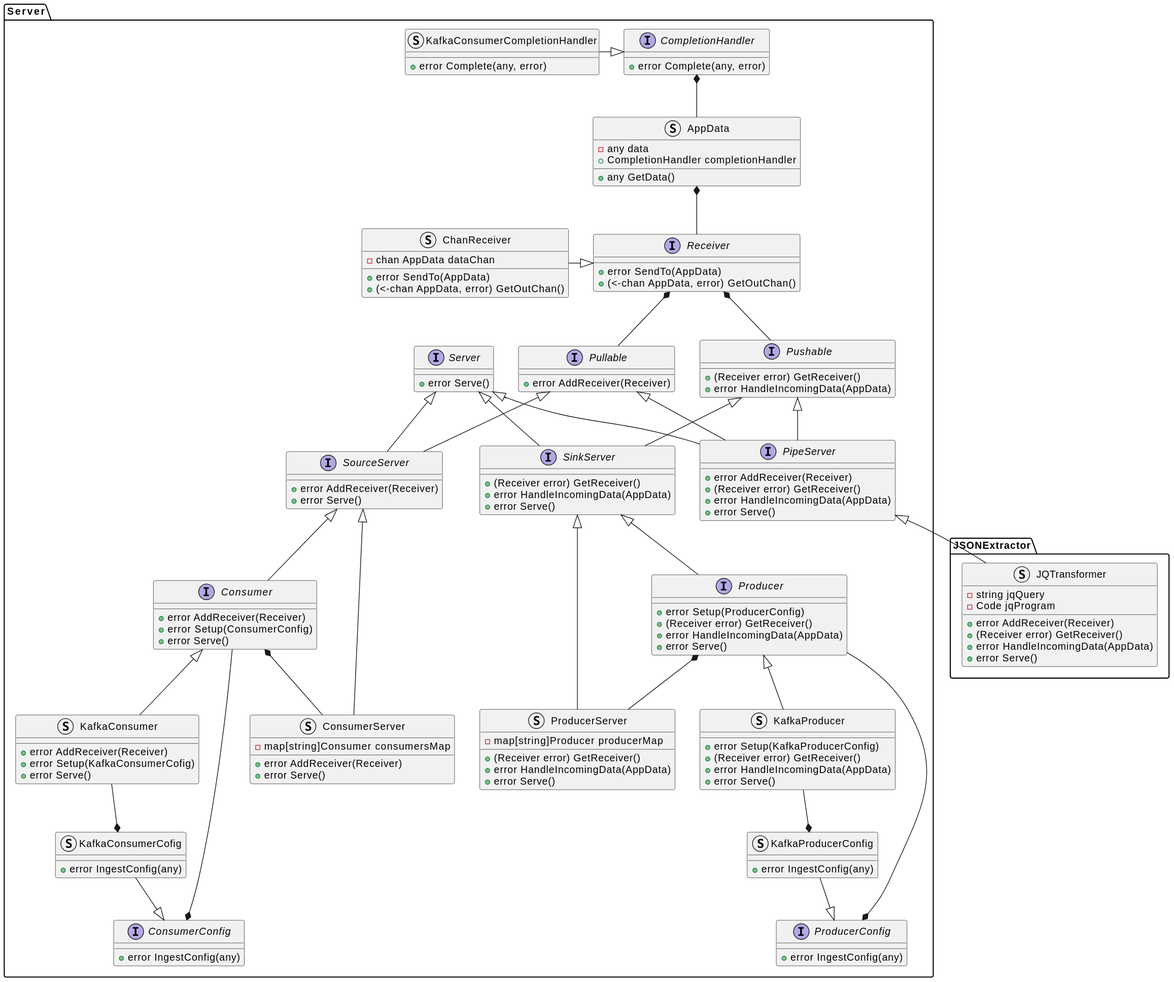
The PlantUML diagram docs/design_notes/DN1_JSON_Extractor/class_diagram.svg in xtuml/otel2pv, before a commit.
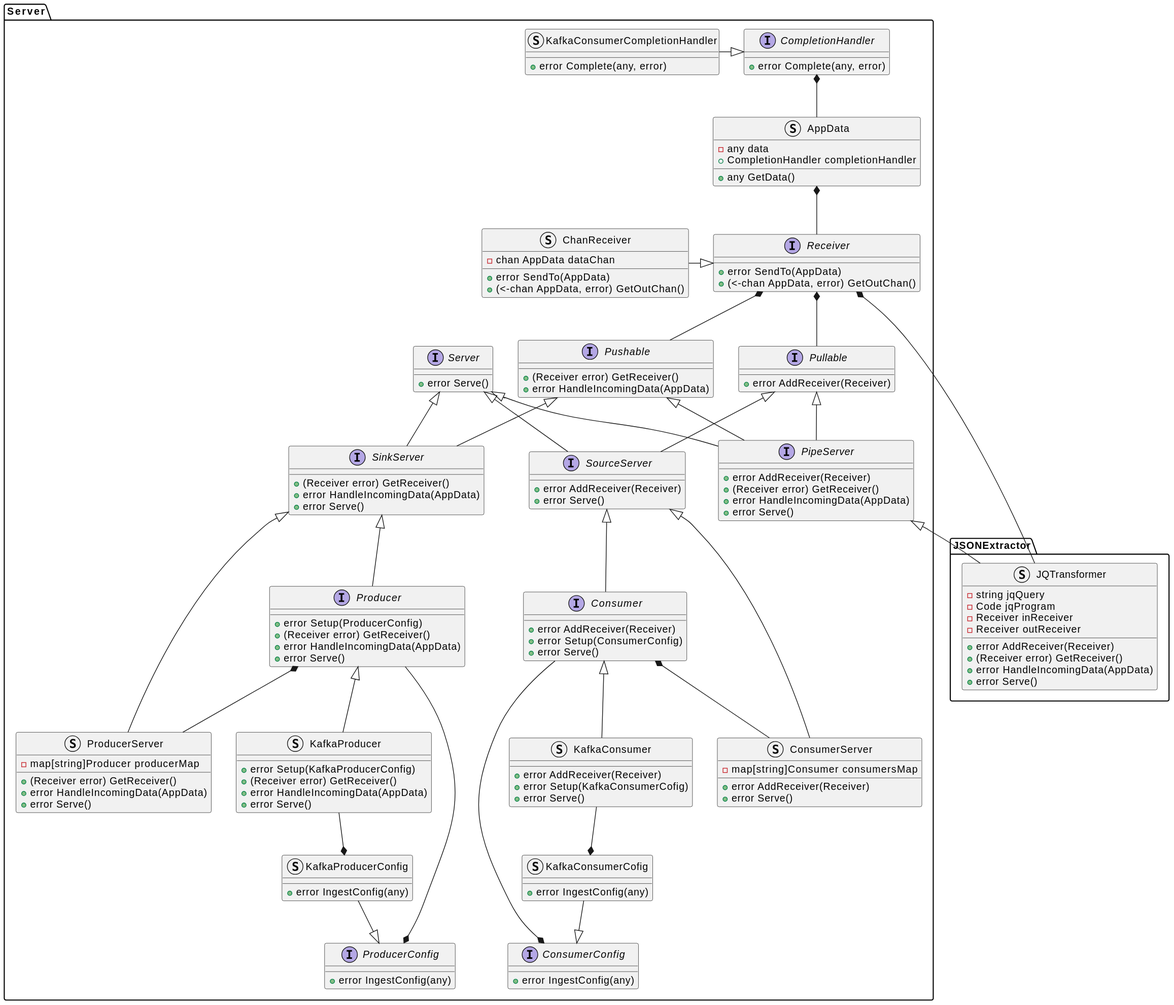
Above is the later version.

Commit message:
CDSOPV-53 updated docs with JQTransformer implementation (#20)

What changed in the source:
```diff
@@ -3,6 +3,8 @@
     struct JQTransformer {
         -string jqQuery
         -Code jqProgram
+        -Receiver inReceiver
+        -Receiver outReceiver
         +error AddReceiver(Receiver)
         +(Receiver error) GetReceiver()
         +error HandleIncomingData(AppData)
@@ -128,6 +130,7 @@
 Server.KafkaProducerConfig *-up- Server.KafkaProducer
 
 Server.PipeServer <|-- JSONExtractor.JQTransformer
+Server.Receiver *-- JSONExtractor.JQTransformer
 
 Server.ProducerConfig <|-up- Server.KafkaProducerConfig
 Server.ConsumerConfig <|-up- Server.KafkaConsumerCofig
```
